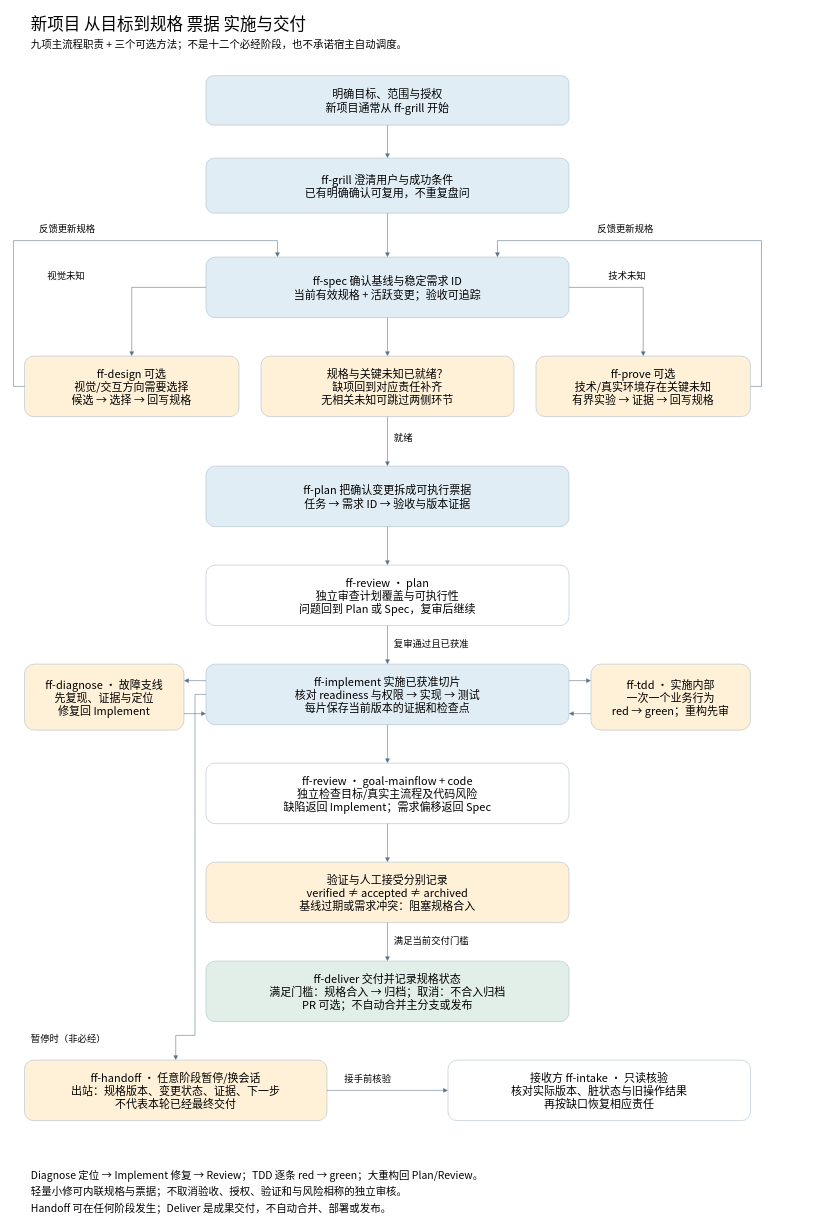
chyhelloworld/ForgeFlowSkill keeps this draw.io diagram as docs/diagrams/new-project-workflow.drawio. Above is the earlier version. Source tidied: cells renumbered, new cells numbered last; positions are measured from the earlier drawing's top-left corner, leaving out a move shared by most shapes. Both pictures are drawn from the tidied source at 55%, with x=0, y=0 at pixel (13, 9).
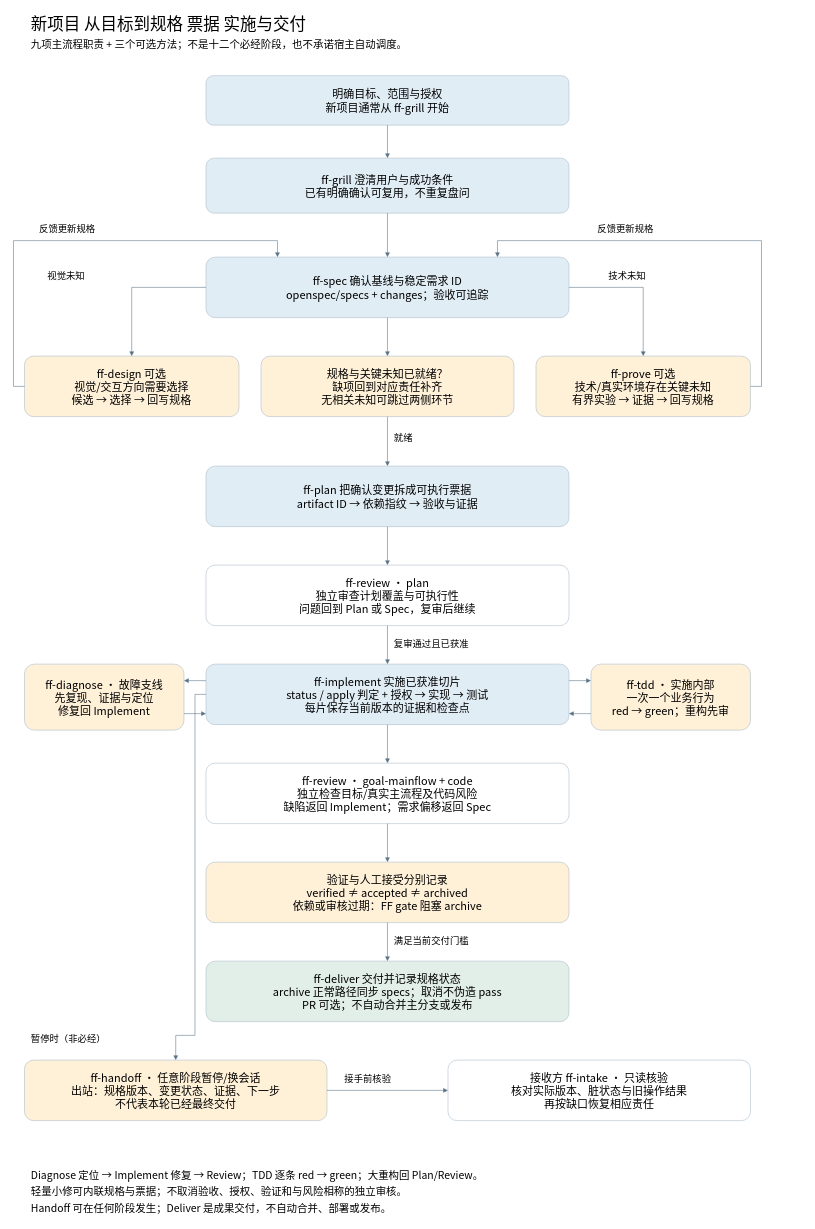
The same diagram, later.

The edit, as a diff of the source:
```diff
@@
-    <mxCell id="9" value="ff-spec 确认基线与稳定需求 ID&#10;当前有效规格 + 活跃变更；验收可追踪" style="rounded=1;whiteSpace=wrap;html=0;fillColor=#e1edf5;strokeColor=#a9bac8;fontFamily=Noto Sans CJK SC;fontSize=20;" parent="1" vertex="1">
+    <mxCell id="9" value="ff-spec 确认基线与稳定需求 ID&#10;openspec/specs + changes；验收可追踪" style="rounded=1;whiteSpace=wrap;html=0;fillColor=#e1edf5;strokeColor=#a9bac8;fontFamily=Noto Sans CJK SC;fontSize=20;" parent="1" vertex="1">
       <mxGeometry x="350" y="450" width="660" height="110" as="geometry" />
     </mxCell>
@@
-    <mxCell id="13" value="ff-plan 把确认变更拆成可执行票据&#10;任务 → 需求 ID → 验收与版本证据" style="rounded=1;whiteSpace=wrap;html=0;fillColor=#e1edf5;strokeColor=#a9bac8;fontFamily=Noto Sans CJK SC;fontSize=20;" parent="1" vertex="1">
+    <mxCell id="13" value="ff-plan 把确认变更拆成可执行票据&#10;artifact ID → 依赖指纹 → 验收与证据" style="rounded=1;whiteSpace=wrap;html=0;fillColor=#e1edf5;strokeColor=#a9bac8;fontFamily=Noto Sans CJK SC;fontSize=20;" parent="1" vertex="1">
       <mxGeometry x="350" y="830" width="660" height="110" as="geometry" />
     </mxCell>
@@
-    <mxCell id="15" value="ff-implement 实施已获准切片&#10;核对 readiness 与权限 → 实现 → 测试&#10;每片保存当前版本的证据和检查点" style="rounded=1;whiteSpace=wrap;html=0;fillColor=#e1edf5;strokeColor=#a9bac8;fontFamily=Noto Sans CJK SC;fontSize=20;" parent="1" vertex="1">
+    <mxCell id="15" value="ff-implement 实施已获准切片&#10;status / apply 判定 + 授权 → 实现 → 测试&#10;每片保存当前版本的证据和检查点" style="rounded=1;whiteSpace=wrap;html=0;fillColor=#e1edf5;strokeColor=#a9bac8;fontFamily=Noto Sans CJK SC;fontSize=20;" parent="1" vertex="1">
       <mxGeometry x="350" y="1190" width="660" height="110" as="geometry" />
     </mxCell>
@@
-    <mxCell id="17" value="验证与人工接受分别记录&#10;verified ≠ accepted ≠ archived&#10;基线过期或需求冲突：阻塞规格合入" style="rounded=1;whiteSpace=wrap;html=0;fillColor=#fff0d8;strokeColor=#a9bac8;fontFamily=Noto Sans CJK SC;fontSize=20;" parent="1" vertex="1">
+    <mxCell id="17" value="验证与人工接受分别记录&#10;verified ≠ accepted ≠ archived&#10;依赖或审核过期：FF gate 阻塞 archive" style="rounded=1;whiteSpace=wrap;html=0;fillColor=#fff0d8;strokeColor=#a9bac8;fontFamily=Noto Sans CJK SC;fontSize=20;" parent="1" vertex="1">
       <mxGeometry x="350" y="1550" width="660" height="110" as="geometry" />
     </mxCell>
-    <mxCell id="18" value="ff-deliver 交付并记录规格状态&#10;满足门槛：规格合入 → 归档；取消：不合入归档&#10;PR 可选；不自动合并主分支或发布" style="rounded=1;whiteSpace=wrap;html=0;fillColor=#e2efe8;strokeColor=#a9bac8;fontFamily=Noto Sans CJK SC;fontSize=20;" parent="1" vertex="1">
+    <mxCell id="18" value="ff-deliver 交付并记录规格状态&#10;archive 正常路径同步 specs；取消不伪造 pass&#10;PR 可选；不自动合并主分支或发布" style="rounded=1;whiteSpace=wrap;html=0;fillColor=#e2efe8;strokeColor=#a9bac8;fontFamily=Noto Sans CJK SC;fontSize=20;" parent="1" vertex="1">
       <mxGeometry x="350" y="1730" width="660" height="110" as="geometry" />
     </mxCell>
```
